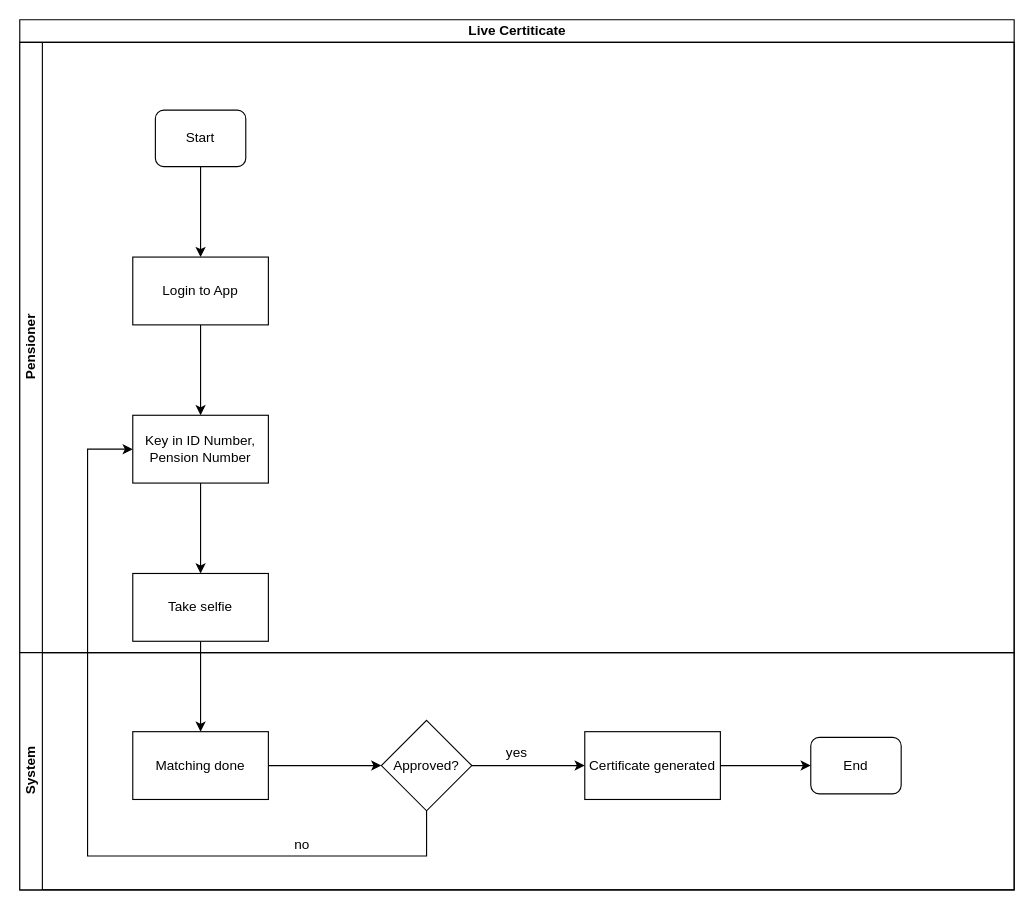
kmagua/flowcharts keeps this draw.io diagram as Live Certiticate.drawio. Above is the earlier version. Source tidied: cells renumbered, new cells numbered last; positions are measured from the earlier drawing's top-left corner, leaving out a move shared by most shapes. Both pictures are drawn from the tidied source at 113%, with x=0, y=0 at pixel (19, 19).
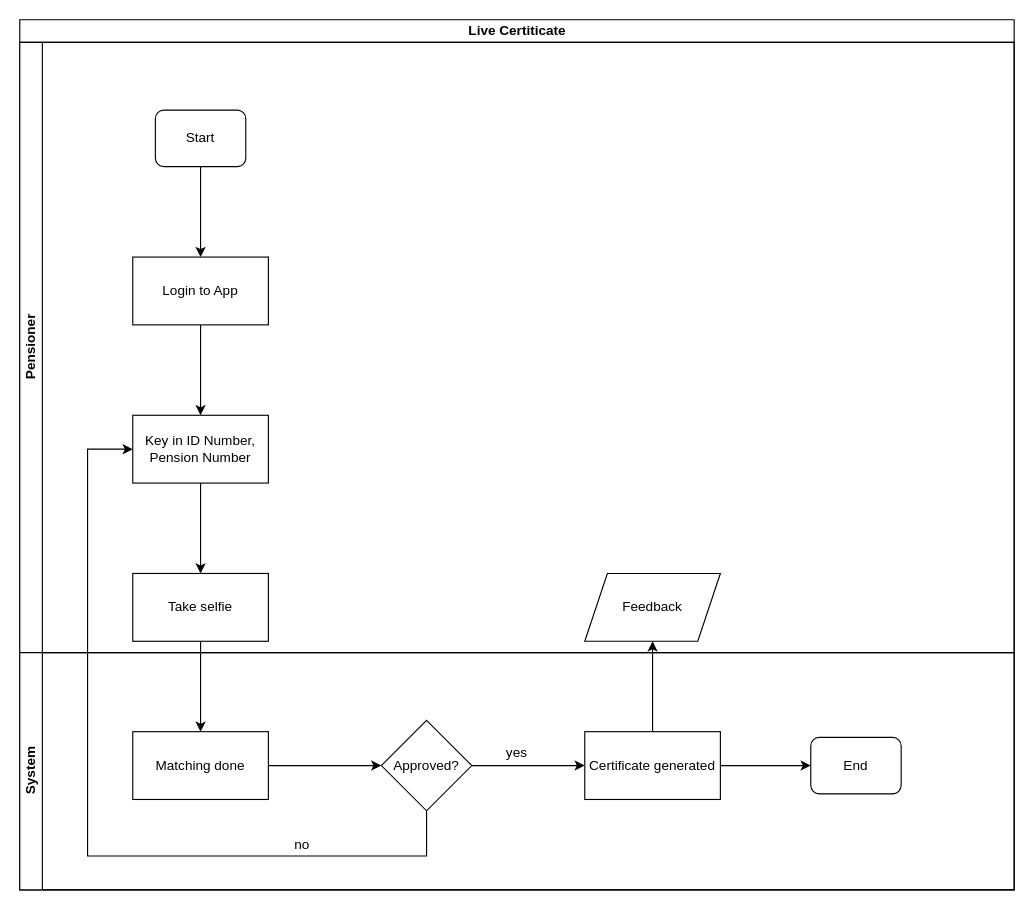
Above is the later version.

The change refers to these unchanged cells:
```xml
<mxCell id="2" value="Live Certiticate" style="swimlane;html=1;horizontal=1;startSize=20;" parent="1" vertex="1">
  <mxGeometry width="880" height="770" as="geometry" />
</mxCell>
<mxCell id="3" value="Pensioner" style="swimlane;html=1;startSize=20;horizontal=0;" parent="2" vertex="1">
  <mxGeometry y="20" width="880" height="540" as="geometry" />
</mxCell>
<mxCell id="6" value="Certificate generated" style="whiteSpace=wrap;html=1;rounded=0;" parent="5" vertex="1">
  <mxGeometry x="500" y="70" width="120" height="60" as="geometry" />
</mxCell>
```

Diff of the diagram source:
```diff
@@
+    <mxCell id="23" value="Feedback" style="shape=parallelogram;perimeter=parallelogramPerimeter;whiteSpace=wrap;html=1;fixedSize=1;rounded=0;" parent="3" vertex="1">
+      <mxGeometry x="500" y="470" width="120" height="60" as="geometry" />
+    </mxCell>
@@
+    <mxCell id="24" style="edgeStyle=orthogonalEdgeStyle;rounded=0;jettySize=auto;html=1;" parent="2" edge="1" source="6" target="23">
+      <mxGeometry relative="1" as="geometry" />
+    </mxCell>
```
